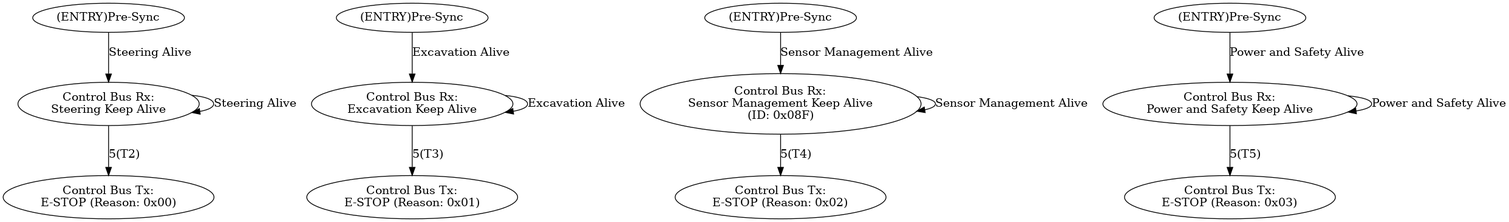
Earlier version of the Graphviz export telemetry/tbmTelemetryControllerSM.png (umdloop/state-machines). Its source is kept beside it as telemetry/tbmTelemetryControllerSM.dot. Source of this version:
```dot
digraph newUSM {
    S50 [label = "(ENTRY)Pre-Sync"];
    S51 [label = "Control Bus Rx:\nSteering Keep Alive"];
    S52 [label = "Control Bus Tx:\nE-STOP (Reason: 0x00)"];

    S50 -> S51 [label = "Steering Alive"];
    S51 -> S51 [label = "Steering Alive"];
    S51 -> S52 [label = "5(T2)"];


    S60 [label = "(ENTRY)Pre-Sync"];
    S61 [label = "Control Bus Rx:\nExcavation Keep Alive"];
    S62 [label = "Control Bus Tx:\nE-STOP (Reason: 0x01)"];

    S60 -> S61 [label="Excavation Alive"];
    S61 -> S61 [label="Excavation Alive"];
    S61 -> S62 [label="5(T3)"];


    S70 [label = "(ENTRY)Pre-Sync"];
    S71 [label = "Control Bus Rx:\nSensor Management Keep Alive\n(ID: 0x08F)"];
    S72 [label = "Control Bus Tx:\nE-STOP (Reason: 0x02)"];

    S70 -> S71 [label = "Sensor Management Alive"];
    S71 -> S71 [label = "Sensor Management Alive"];
    S71 -> S72 [label = "5(T4)"];


    S80 [label = "(ENTRY)Pre-Sync"];
    S81 [label = "Control Bus Rx:\nPower and Safety Keep Alive"];
    S82 [label = "Control Bus Tx:\nE-STOP (Reason: 0x03)"];

    S80 -> S81 [label = "Power and Safety Alive"];
    S81 -> S81 [label = "Power and Safety Alive"];
    S81 -> S82 [label = "5(T5)"];

}

```
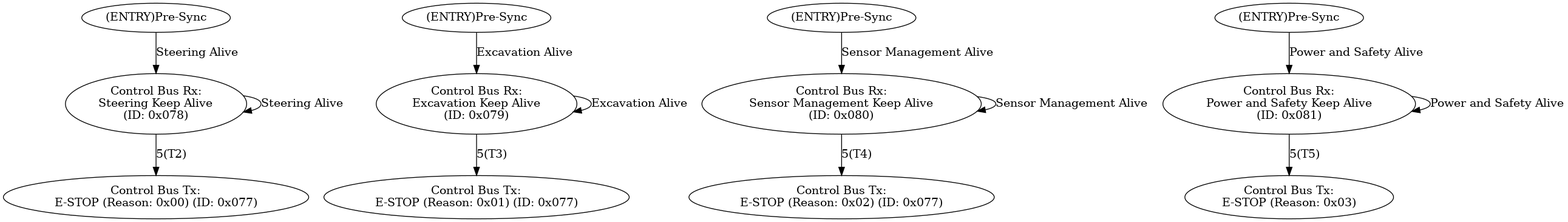
After the change.

Commit message:
Add CAN IDs to all telemetry state machines

Diff of the diagram source:
```diff
@@ -1,7 +1,7 @@
 digraph newUSM {
     S50 [label = "(ENTRY)Pre-Sync"];
-    S51 [label = "Control Bus Rx:\nSteering Keep Alive"];
-    S52 [label = "Control Bus Tx:\nE-STOP (Reason: 0x00)"];
+    S51 [label = "Control Bus Rx:\nSteering Keep Alive\n(ID: 0x078)"];
+    S52 [label = "Control Bus Tx:\nE-STOP (Reason: 0x00) (ID: 0x077)"];
 
     S50 -> S51 [label = "Steering Alive"];
     S51 -> S51 [label = "Steering Alive"];
@@ -9,8 +9,8 @@
 
 
     S60 [label = "(ENTRY)Pre-Sync"];
-    S61 [label = "Control Bus Rx:\nExcavation Keep Alive"];
-    S62 [label = "Control Bus Tx:\nE-STOP (Reason: 0x01)"];
+    S61 [label = "Control Bus Rx:\nExcavation Keep Alive\n(ID: 0x079)"];
+    S62 [label = "Control Bus Tx:\nE-STOP (Reason: 0x01) (ID: 0x077)"];
 
     S60 -> S61 [label="Excavation Alive"];
     S61 -> S61 [label="Excavation Alive"];
@@ -18,8 +18,8 @@
 
 
     S70 [label = "(ENTRY)Pre-Sync"];
-    S71 [label = "Control Bus Rx:\nSensor Management Keep Alive\n(ID: 0x08F)"];
-    S72 [label = "Control Bus Tx:\nE-STOP (Reason: 0x02)"];
+    S71 [label = "Control Bus Rx:\nSensor Management Keep Alive\n(ID: 0x080)"];
+    S72 [label = "Control Bus Tx:\nE-STOP (Reason: 0x02) (ID: 0x077)"];
 
     S70 -> S71 [label = "Sensor Management Alive"];
     S71 -> S71 [label = "Sensor Management Alive"];
@@ -27,7 +27,7 @@
 
 
     S80 [label = "(ENTRY)Pre-Sync"];
-    S81 [label = "Control Bus Rx:\nPower and Safety Keep Alive"];
+    S81 [label = "Control Bus Rx:\nPower and Safety Keep Alive\n(ID: 0x081)"];
     S82 [label = "Control Bus Tx:\nE-STOP (Reason: 0x03)"];
 
     S80 -> S81 [label = "Power and Safety Alive"];
```
